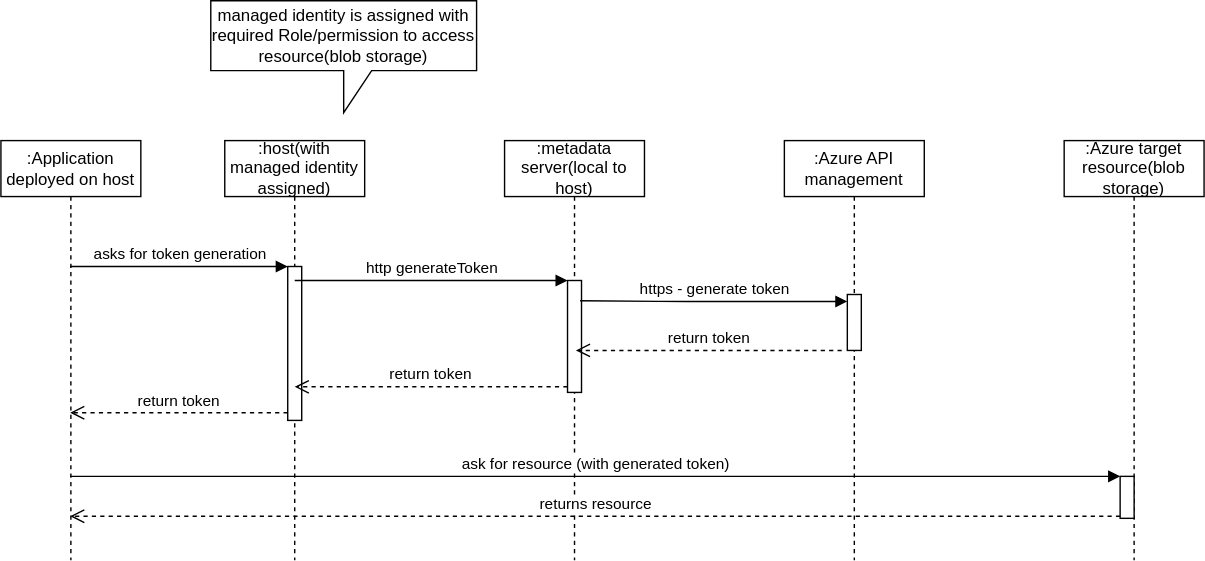
Earlier version of the draw.io export azure-systemmanaged-identity-based-authn/azure-system-managed-identity-auth.svg (rajesh-kishore/system-designs). Source tidied: cells renumbered, new cells last; positions are measured from the earlier drawing's top-left corner, leaving out a move shared by most shapes.
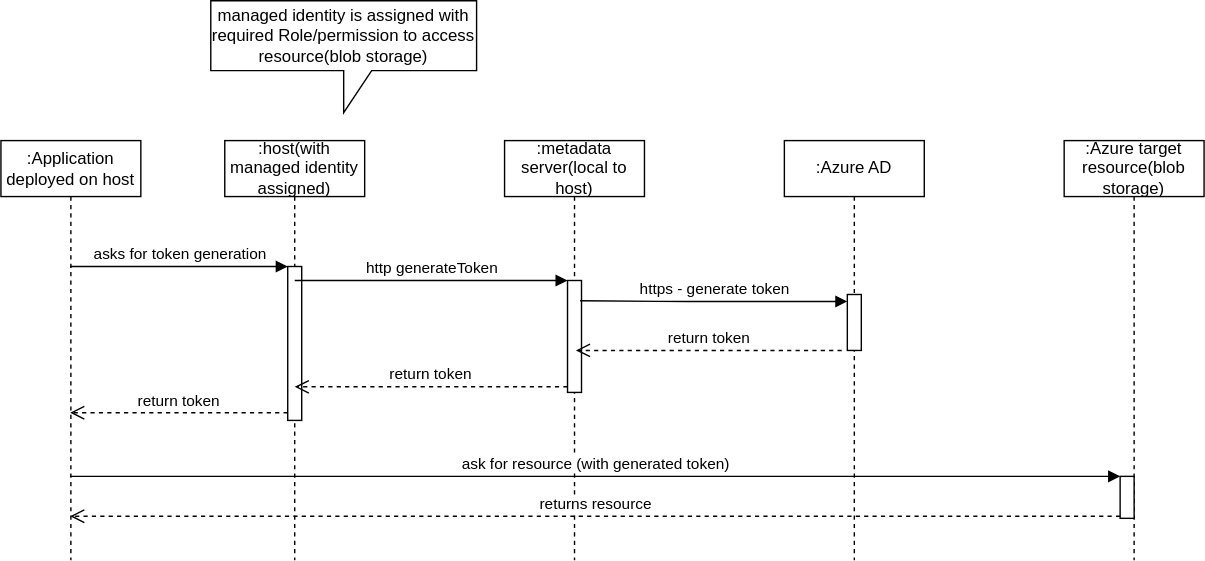
Above is the later version.

Commit message:
corrected with azure AD

Change to the diagram source:
```diff
@@ -14,7 +14,7 @@
     <mxCell id="5" style="html=1;points=[];perimeter=orthogonalPerimeter;" parent="4" vertex="1">
       <mxGeometry x="45" y="100" width="10" height="80" as="geometry" />
     </mxCell>
-    <mxCell id="6" value=":Azure API management" style="shape=umlLifeline;perimeter=lifelinePerimeter;whiteSpace=wrap;html=1;" parent="1" vertex="1">
+    <mxCell id="6" value=":Azure AD" style="shape=umlLifeline;perimeter=lifelinePerimeter;whiteSpace=wrap;html=1;" parent="1" vertex="1">
       <mxGeometry x="560" y="100" width="100" height="300" as="geometry" />
     </mxCell>
     <mxCell id="7" style="html=1;perimeter=orthogonalPerimeter;" parent="6" vertex="1">
```
